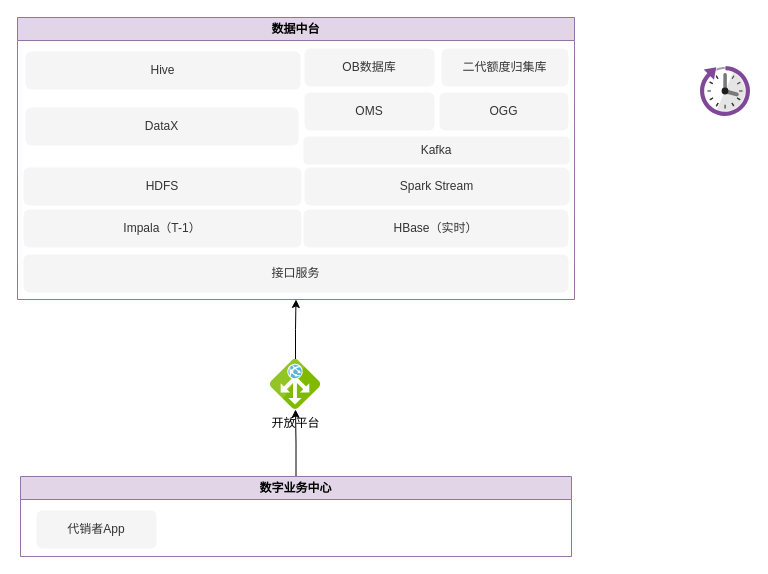
This is Untitled Diagram.drawio from xjiahai/public, a draw.io file, before an edit. Source tidied: cells renumbered, new cells numbered last; positions are measured from the earlier drawing's top-left corner, leaving out a move shared by most shapes. Both pictures are drawn from the tidied source at 100%, with x=0, y=0 at pixel (17, 17).
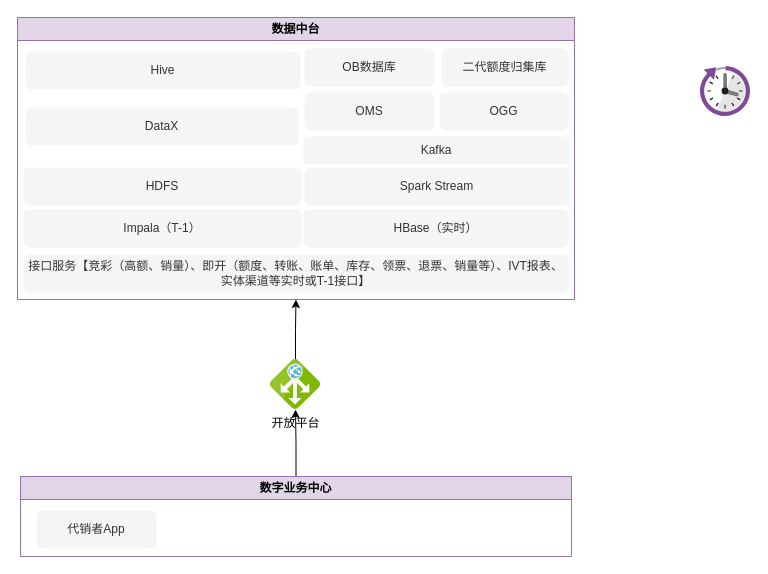
The same page after the edit.

Unchanged cells that the change refers to:
```xml
<mxCell id="8" value="数据中台" style="swimlane;whiteSpace=wrap;html=1;fillColor=#e1d5e7;strokeColor=#9673a6;" parent="1" vertex="1">
  <mxGeometry width="557" height="282" as="geometry" />
</mxCell>
```

What changed in the source:
```diff
@@
-    <mxCell id="10" value="接口服务" style="rounded=1;whiteSpace=wrap;html=1;strokeColor=none;fillColor=#f5f5f5;fontColor=#333333;" parent="8" vertex="1">
+    <mxCell id="10" value="接口服务【&lt;span&gt;竞彩（高额、销量）、即开（额度、转账、账单、库存、领票、退票、销量等）、&lt;/span&gt;&lt;span lang=&quot;EN-US&quot;&gt;IVT&lt;/span&gt;&lt;span&gt;报表、实体渠道等实时或&lt;/span&gt;&lt;span lang=&quot;EN-US&quot;&gt;T-1&lt;/span&gt;&lt;span&gt;接口】&lt;/span&gt;" style="rounded=1;whiteSpace=wrap;html=1;strokeColor=none;fillColor=#f5f5f5;fontColor=#333333;" parent="8" vertex="1">
       <mxGeometry x="6" y="237" width="545" height="38" as="geometry" />
     </mxCell>
```
